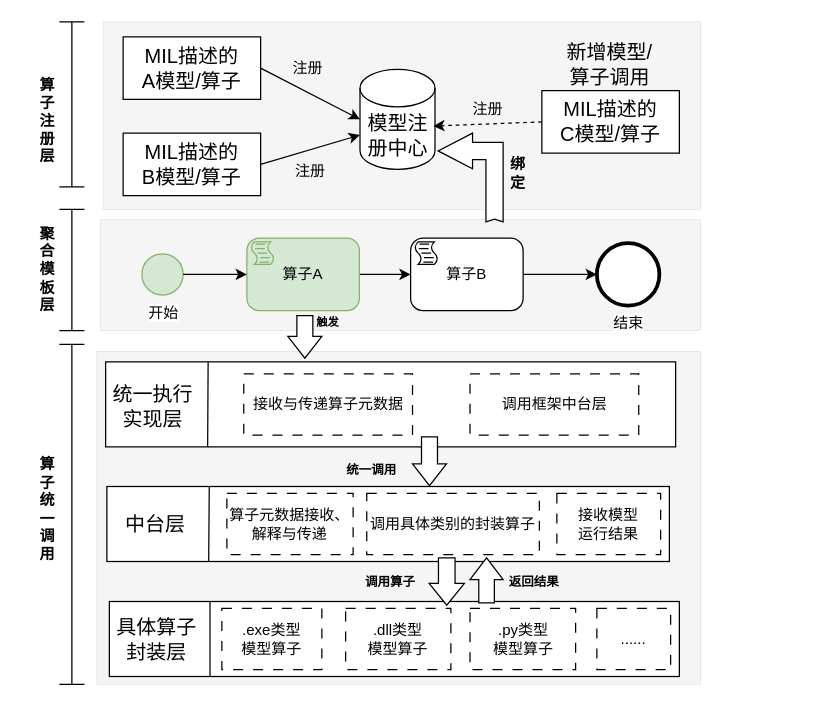
The draw.io diagram page "第 6 页" (6 of 7) of 模型接口语言注册.drawio in liujing-maker/IDEA, before the edit. Source tidied: cells renumbered, new cells numbered last; positions are measured from the earlier drawing's top-left corner, leaving out a move shared by most shapes. Both pictures are drawn from the tidied source at 125%, with x=0, y=0 at pixel (21, 21).
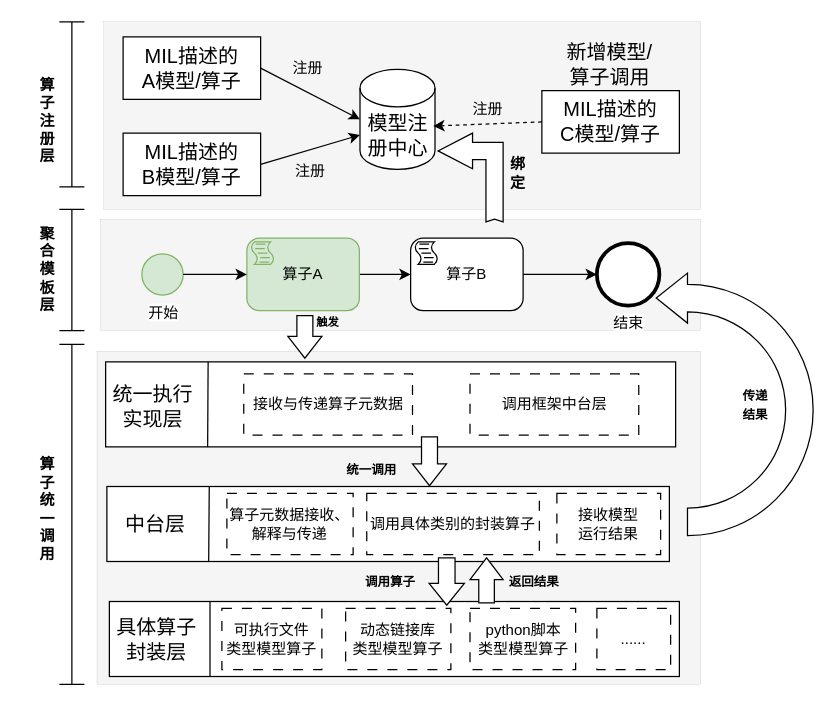
The same diagram, later.

Commit message:
更新模型接口语言注册.drawio

What changed in the source:
```diff
@@
-    <mxCell id="47" value=".exe类型&lt;div&gt;模型算子&lt;/div&gt;" style="rounded=0;whiteSpace=wrap;html=1;dashed=1;dashPattern=8 8;" parent="1" vertex="1">
+    <mxCell id="47" value="可执行文件&lt;div&gt;类型&lt;span style=&quot;background-color: initial;&quot;&gt;模型算子&lt;/span&gt;&lt;/div&gt;" style="rounded=0;whiteSpace=wrap;html=1;dashed=1;dashPattern=8 8;" parent="1" vertex="1">
       <mxGeometry x="160" y="469.2" width="80" height="49" as="geometry" />
     </mxCell>
-    <mxCell id="48" value=".dll类型&lt;div&gt;模型算子&lt;/div&gt;" style="rounded=0;whiteSpace=wrap;html=1;dashed=1;dashPattern=8 8;" parent="1" vertex="1">
+    <mxCell id="48" value="动态链接库&lt;div&gt;类型&lt;span style=&quot;background-color: initial;&quot;&gt;模型算子&lt;/span&gt;&lt;/div&gt;" style="rounded=0;whiteSpace=wrap;html=1;dashed=1;dashPattern=8 8;" parent="1" vertex="1">
       <mxGeometry x="259" y="469.2" width="84.2" height="49" as="geometry" />
     </mxCell>
-    <mxCell id="49" value=".py类型&lt;div&gt;模型算子&lt;/div&gt;" style="rounded=0;whiteSpace=wrap;html=1;dashed=1;dashPattern=8 8;" parent="1" vertex="1">
+    <mxCell id="49" value="python脚本&lt;div&gt;类型&lt;span style=&quot;background-color: initial;&quot;&gt;模型算子&lt;/span&gt;&lt;/div&gt;" style="rounded=0;whiteSpace=wrap;html=1;dashed=1;dashPattern=8 8;" parent="1" vertex="1">
       <mxGeometry x="358.5" y="469.2" width="84.5" height="49" as="geometry" />
     </mxCell>
@@
+    <mxCell id="57" style="html=1;shadow=0;dashed=0;align=center;verticalAlign=middle;shape=mxgraph.arrows2.uTurnArrow;dy=11;arrowHead=39.97;dx2=25;flipH=1;" parent="1" vertex="1">
+      <mxGeometry x="563" y="201" width="70" height="210" as="geometry" />
+    </mxCell>
+    <mxCell id="58" value="&lt;font size=&quot;1&quot; face=&quot;Times New Roman&quot;&gt;&lt;b&gt;传递&lt;/b&gt;&lt;/font&gt;&lt;div&gt;&lt;font size=&quot;1&quot; face=&quot;Times New Roman&quot;&gt;&lt;b&gt;结果&lt;/b&gt;&lt;/font&gt;&lt;/div&gt;" style="text;html=1;align=center;verticalAlign=middle;whiteSpace=wrap;rounded=0;" parent="1" vertex="1">
+      <mxGeometry x="563" y="293" width="48" height="25" as="geometry" />
+    </mxCell>
```
